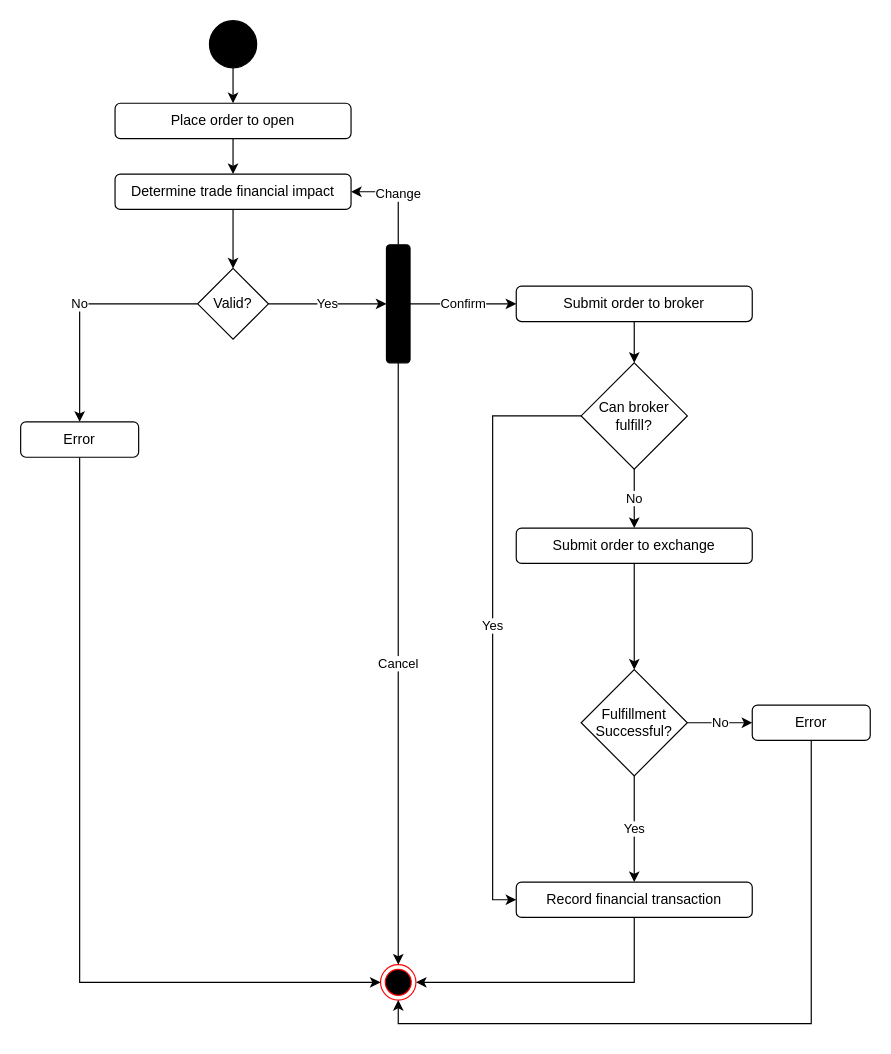
The draw.io diagram UC3:ClosePosition.drawio in dgboulger/SpoofTraderMarket, before the edit. Source tidied: cells renumbered, new cells numbered last; positions are measured from the earlier drawing's top-left corner, leaving out a move shared by most shapes. Both pictures are drawn from the tidied source at 118%, with x=0, y=0 at pixel (20, 20).
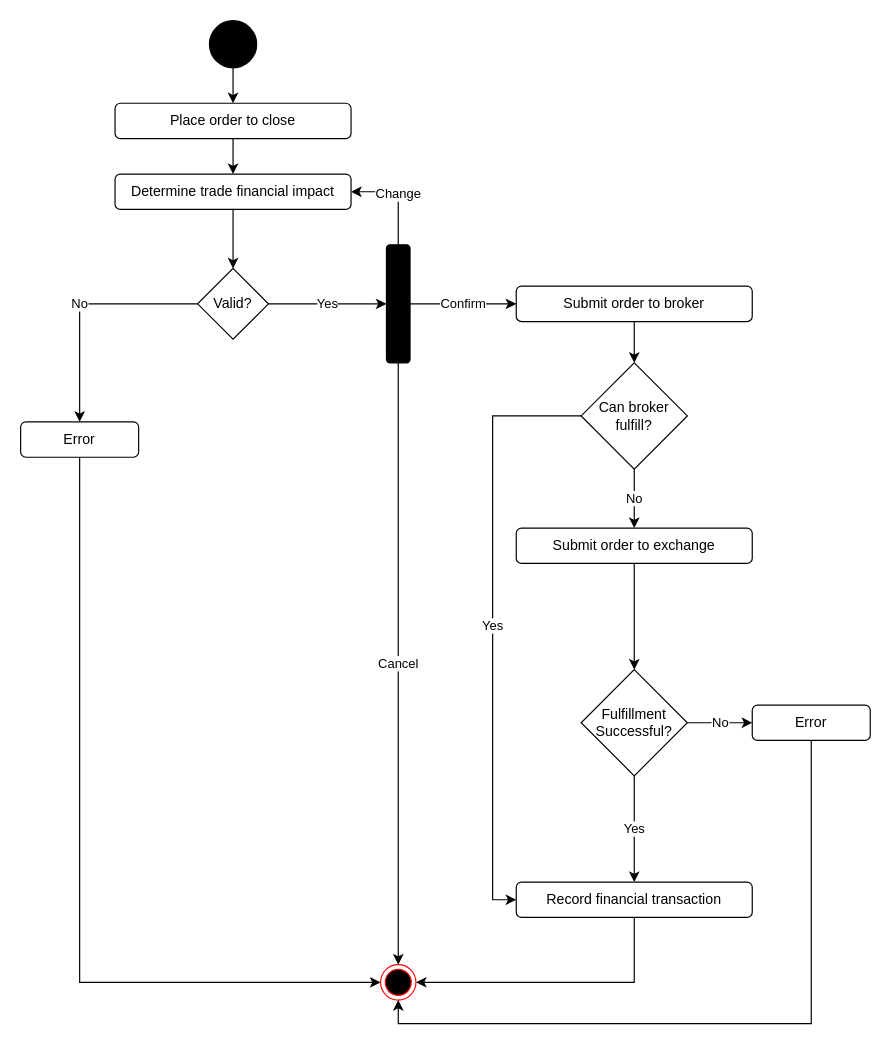
Above is the later version.

Diff of the diagram source:
```diff
@@
-    <mxCell id="5" value="Place order to open" style="rounded=1;whiteSpace=wrap;html=1;fillColor=#FFFFFF;" parent="1" vertex="1">
+    <mxCell id="5" value="Place order to close" style="rounded=1;whiteSpace=wrap;html=1;fillColor=#FFFFFF;" parent="1" vertex="1">
       <mxGeometry x="80" y="70" width="200" height="30" as="geometry" />
     </mxCell>
```
